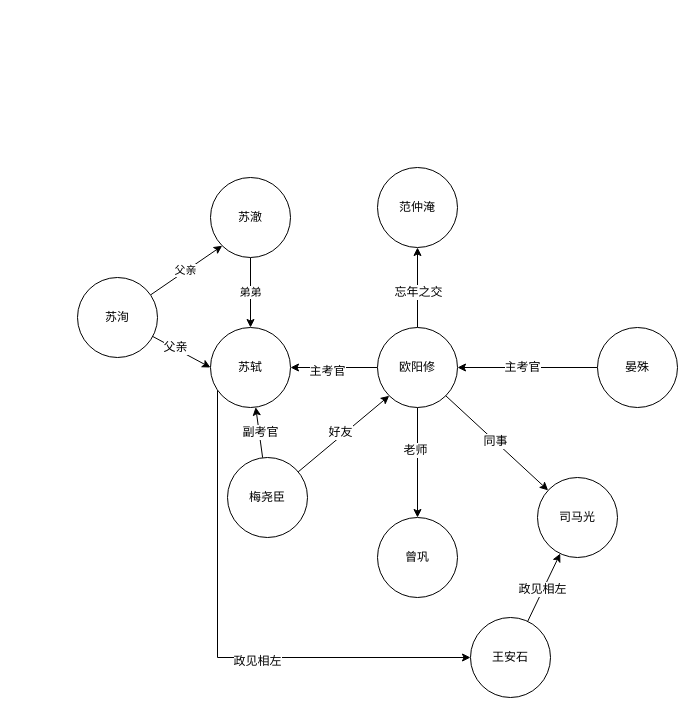
Above: 唐宋八大家.drawio in yejiaming/PFD (draw.io), before the change. Source tidied: cells renumbered, new cells numbered last; positions are measured from the earlier drawing's top-left corner, leaving out a move shared by most shapes. Both pictures are drawn from the tidied source at 100%, with x=0, y=0 at pixel (77, 167).
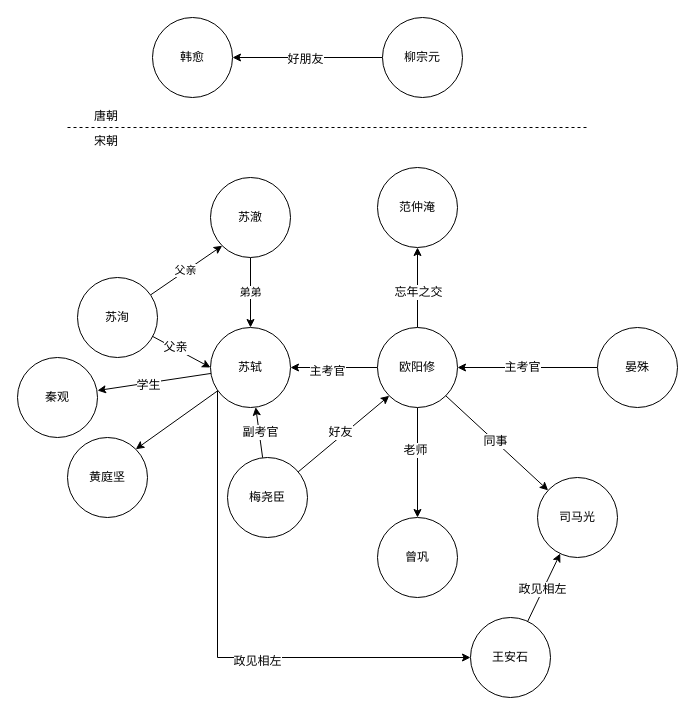
The same page after the edit.

Commit message:
更新唐宋八大家.drawio

Unchanged cells that the change refers to:
```xml
<mxCell id="12" value="苏轼" style="ellipse;whiteSpace=wrap;html=1;" parent="1" vertex="1">
  <mxGeometry x="133" y="160" width="80" height="80" as="geometry" />
</mxCell>
```

Change to the diagram source:
```diff
@@
+    <mxCell id="35" style="rounded=0;jettySize=auto;html=1;entryX=1;entryY=0.413;entryDx=0;entryDy=0;entryPerimeter=0;" parent="1" edge="1" source="12" target="38">
+      <mxGeometry relative="1" as="geometry" />
+    </mxCell>
+    <mxCell id="36" value="学生" style="text;html=1;align=center;verticalAlign=middle;labelBackgroundColor=#ffffff;" parent="35" vertex="1">
+      <mxGeometry x="0.11" y="2" relative="1" as="geometry" />
+    </mxCell>
+    <mxCell id="37" style="edgeStyle=none;rounded=0;jettySize=auto;html=1;entryX=1;entryY=0;entryDx=0;entryDy=0;" parent="1" edge="1" source="12" target="39">
+      <mxGeometry relative="1" as="geometry" />
+    </mxCell>
@@
+    <mxCell id="38" value="秦观" style="ellipse;whiteSpace=wrap;html=1;" parent="1" vertex="1">
+      <mxGeometry x="-60" y="190" width="80" height="80" as="geometry" />
+    </mxCell>
+    <mxCell id="39" value="黄庭坚" style="ellipse;whiteSpace=wrap;html=1;" parent="1" vertex="1">
+      <mxGeometry x="-10" y="270" width="80" height="80" as="geometry" />
+    </mxCell>
+    <mxCell id="40" value="韩愈" style="ellipse;whiteSpace=wrap;html=1;" parent="1" vertex="1">
+      <mxGeometry x="75" y="-150" width="80" height="80" as="geometry" />
+    </mxCell>
+    <mxCell id="41" style="edgeStyle=none;rounded=0;jettySize=auto;html=1;" parent="1" edge="1" source="43" target="40">
+      <mxGeometry relative="1" as="geometry" />
+    </mxCell>
+    <mxCell id="42" value="好朋友" style="text;html=1;align=center;verticalAlign=middle;labelBackgroundColor=#ffffff;" parent="41" vertex="1">
+      <mxGeometry x="0.04" y="1" relative="1" as="geometry" />
+    </mxCell>
+    <mxCell id="43" value="柳宗元" style="ellipse;whiteSpace=wrap;html=1;" parent="1" vertex="1">
+      <mxGeometry x="305" y="-150" width="80" height="80" as="geometry" />
+    </mxCell>
+    <mxCell id="44" style="endArrow=none;dashed=1;html=1;" parent="1" edge="1">
+      <mxGeometry relative="1" as="geometry">
+        <mxPoint x="-10" y="-40" as="sourcePoint" />
+        <mxPoint x="512" y="-40" as="targetPoint" />
+      </mxGeometry>
+    </mxCell>
+    <mxCell id="45" value="唐朝" style="text;html=1;align=left;verticalAlign=top;spacingTop=-4;" parent="1" vertex="1">
+      <mxGeometry x="15" y="-61" width="40" height="20" as="geometry" />
+    </mxCell>
+    <mxCell id="46" value="宋朝" style="text;html=1;align=left;verticalAlign=top;spacingTop=-4;" parent="1" vertex="1">
+      <mxGeometry x="15" y="-36" width="40" height="20" as="geometry" />
+    </mxCell>
```
